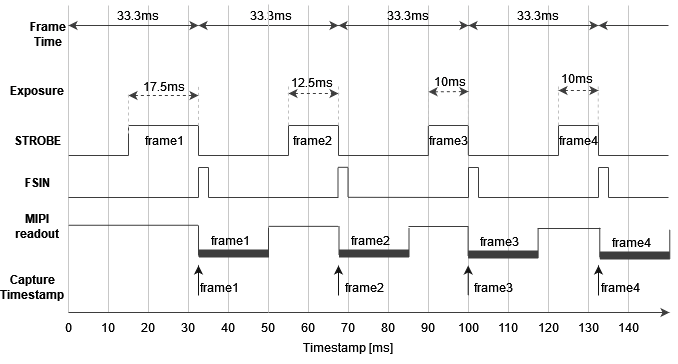
This is docs/source/_static/images/time-diagrams/time_diagram_global.png from luxonis/depthai-hardware, a draw.io export, as it was before one commit. Source tidied: cells renumbered, new cells last; positions are measured from the earlier drawing's top-left corner, leaving out a move shared by most shapes.
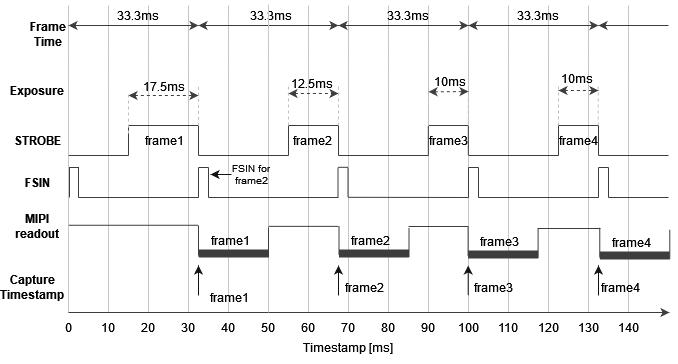
After the commit.

Commit message:
Updated time diagrams for FSYNC

Change to the diagram source:
```diff
@@ -387,9 +387,9 @@
     <mxCell id="85" value="frame4" style="text;html=1;strokeColor=none;fillColor=none;align=center;verticalAlign=middle;whiteSpace=wrap;rounded=0;fontStyle=0;" parent="1" vertex="1">
       <mxGeometry x="545.5" y="125" width="60" height="30" as="geometry" />
     </mxCell>
-    <mxCell id="86" style="endArrow=none;html=1;rounded=0;strokeColor=#3D3D3D;strokeWidth=1;exitX=1.021;exitY=1;exitDx=0;exitDy=0;exitPerimeter=0;" parent="1" edge="1">
+    <mxCell id="86" style="endArrow=none;html=1;rounded=0;strokeColor=#3D3D3D;strokeWidth=1;" parent="1" edge="1">
       <mxGeometry relative="1" as="geometry">
-        <mxPoint x="66" y="197" as="sourcePoint" />
+        <mxPoint x="76" y="197" as="sourcePoint" />
         <mxPoint x="196" y="197" as="targetPoint" />
       </mxGeometry>
     </mxCell>
@@ -537,8 +537,8 @@
         <mxPoint x="596" y="265" as="targetPoint" />
       </mxGeometry>
     </mxCell>
-    <mxCell id="111" value="frame1" style="text;html=1;strokeColor=none;fillColor=none;align=center;verticalAlign=middle;whiteSpace=wrap;rounded=0;" parent="1" vertex="1">
-      <mxGeometry x="195" y="277" width="44" height="20" as="geometry" />
+    <mxCell id="111" value="FSIN for frame2" style="text;html=1;strokeColor=none;fillColor=none;align=center;verticalAlign=middle;whiteSpace=wrap;rounded=0;fontSize=10;spacing=2;" parent="1" vertex="1">
+      <mxGeometry x="218.5" y="164" width="60" height="20" as="geometry" />
     </mxCell>
     <mxCell id="112" value="frame2" style="text;html=1;strokeColor=none;fillColor=none;align=center;verticalAlign=middle;whiteSpace=wrap;rounded=0;" parent="1" vertex="1">
       <mxGeometry x="339.5" y="277" width="44" height="20" as="geometry" />
@@ -633,5 +633,32 @@
     <mxCell id="130" value="frame4" style="text;html=1;strokeColor=none;fillColor=none;align=center;verticalAlign=middle;whiteSpace=wrap;rounded=0;" parent="1" vertex="1">
       <mxGeometry x="606.8" y="237" width="44" height="10" as="geometry" />
     </mxCell>
+    <mxCell id="131" style="endArrow=none;html=1;rounded=0;strokeColor=#3D3D3D;strokeWidth=1;exitX=1.021;exitY=1;exitDx=0;exitDy=0;exitPerimeter=0;" parent="1" edge="1">
+      <mxGeometry relative="1" as="geometry">
+        <mxPoint x="66.5" y="167" as="sourcePoint" />
+        <mxPoint x="76.5" y="167" as="targetPoint" />
+      </mxGeometry>
+    </mxCell>
+    <mxCell id="132" style="endArrow=none;html=1;rounded=0;strokeColor=#3D3D3D;strokeWidth=1;" parent="1" edge="1">
+      <mxGeometry relative="1" as="geometry">
+        <mxPoint x="76" y="167" as="sourcePoint" />
+        <mxPoint x="76" y="197" as="targetPoint" />
+      </mxGeometry>
+    </mxCell>
+    <mxCell id="133" style="endArrow=none;html=1;rounded=0;strokeColor=#3D3D3D;strokeWidth=1;" parent="1" edge="1">
+      <mxGeometry relative="1" as="geometry">
+        <mxPoint x="67" y="167" as="sourcePoint" />
+        <mxPoint x="67" y="197" as="targetPoint" />
+      </mxGeometry>
+    </mxCell>
+    <mxCell id="134" style="endArrow=classic;html=1;rounded=0;strokeColor=#121212;strokeWidth=1;endSize=6;jumpSize=6;" parent="1" edge="1">
+      <mxGeometry relative="1" as="geometry">
+        <mxPoint x="229" y="174" as="sourcePoint" />
+        <mxPoint x="208" y="174" as="targetPoint" />
+      </mxGeometry>
+    </mxCell>
+    <mxCell id="135" value="frame1" style="text;html=1;strokeColor=none;fillColor=none;align=center;verticalAlign=middle;whiteSpace=wrap;rounded=0;" parent="1" vertex="1">
+      <mxGeometry x="205" y="287" width="44" height="20" as="geometry" />
+    </mxCell>
   </root>
 </mxGraphModel>
```
